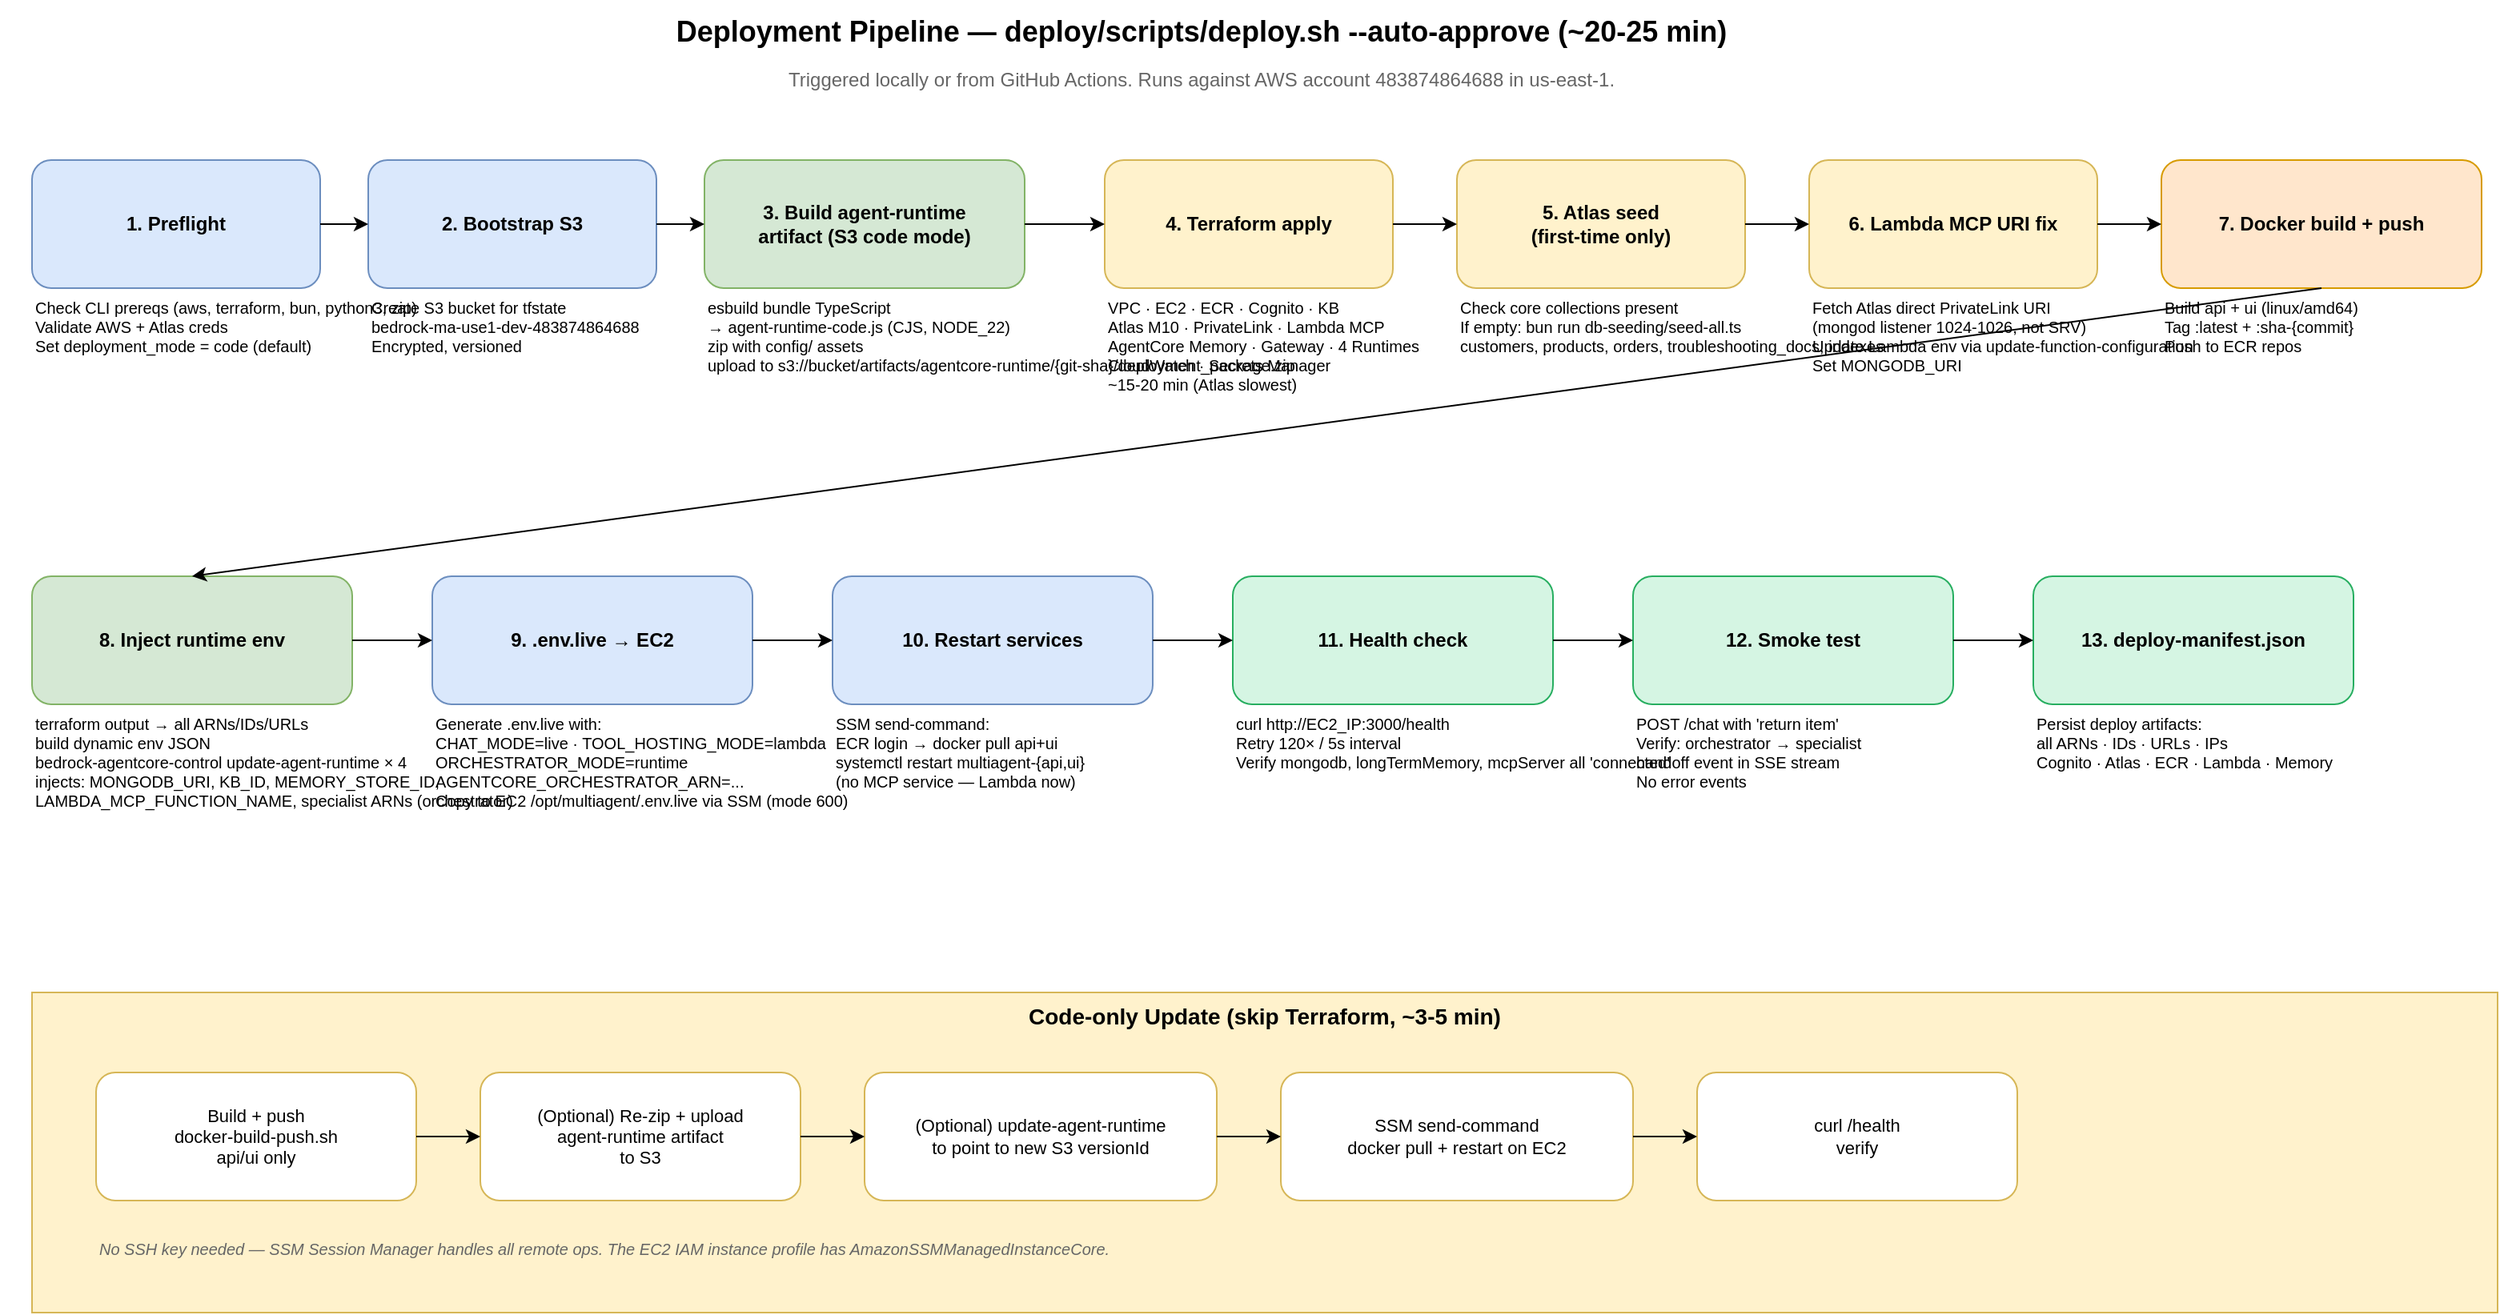
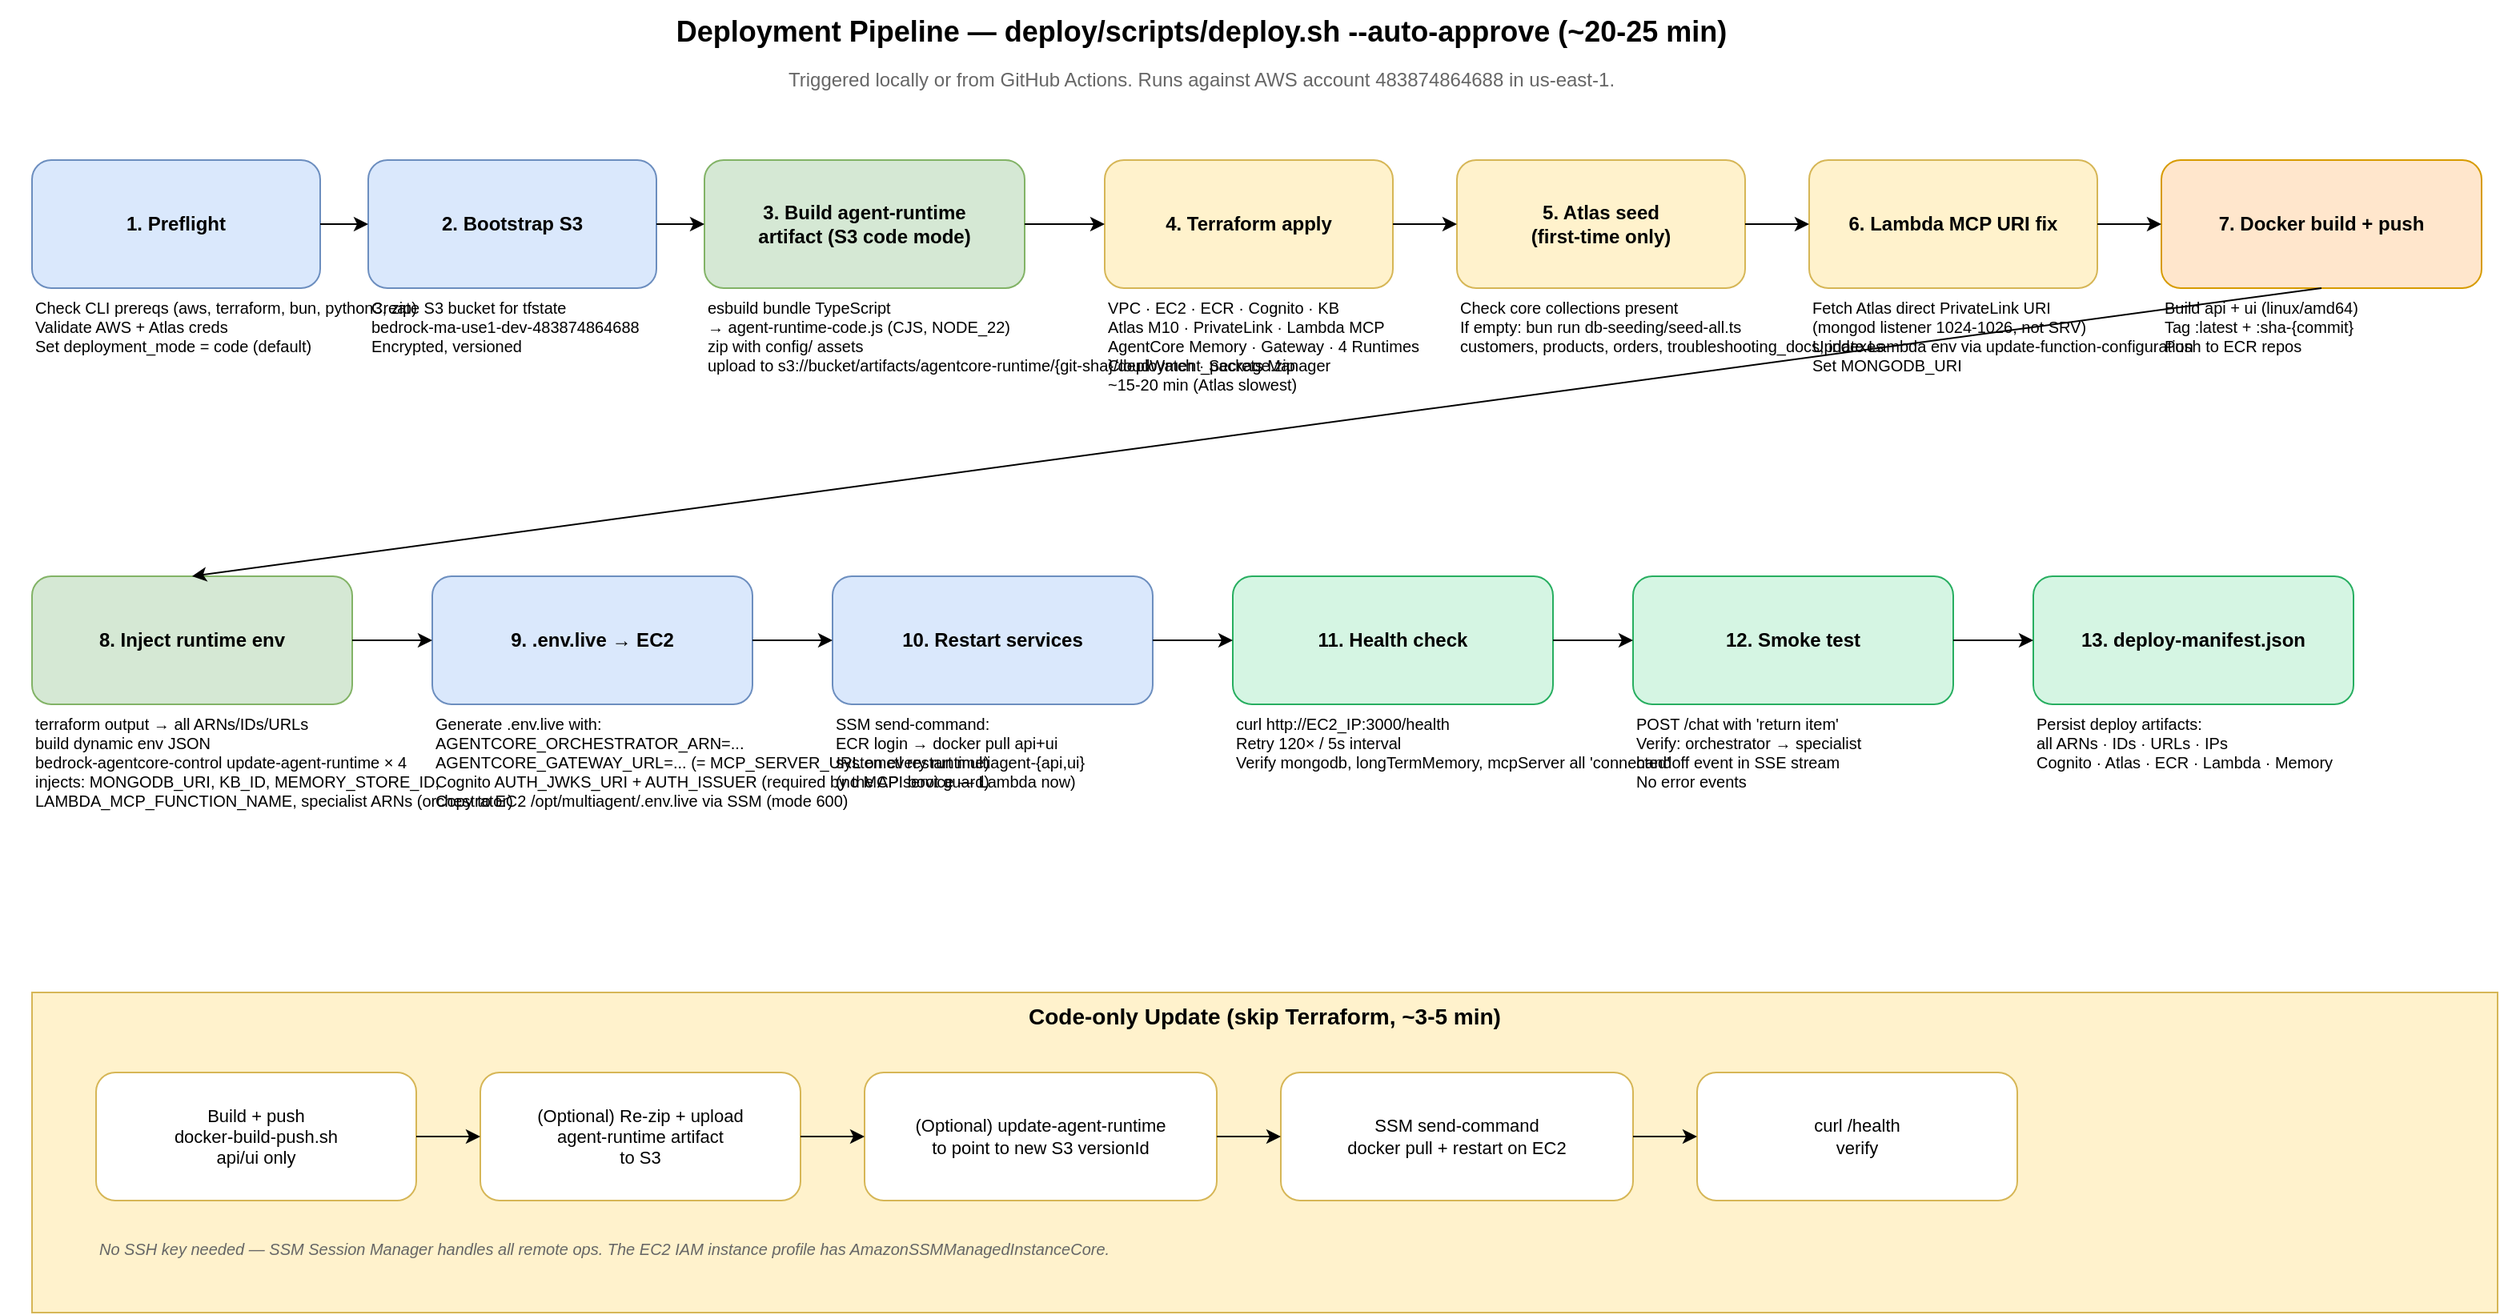
<mxfile host="app.diagrams.net" agent="Claude Code" version="24.0.0">
  <diagram id="deploy-pipeline" name="Deployment Pipeline">
    <mxGraphModel dx="1600" dy="1000" grid="1" gridSize="10" page="1" pageScale="1" pageWidth="1654" pageHeight="900" math="0" shadow="0">
      <root>
        <mxCell id="0" />
        <mxCell id="1" parent="0" />

        <mxCell id="title" value="Deployment Pipeline — deploy/scripts/deploy.sh --auto-approve  (~20-25 min)" style="text;html=1;align=center;verticalAlign=middle;fontSize=18;fontStyle=1;" vertex="1" parent="1">
          <mxGeometry x="40" y="20" width="1500" height="40" as="geometry" />
        </mxCell>

        <mxCell id="subtitle" value="Triggered locally or from GitHub Actions. Runs against AWS account 483874864688 in us-east-1." style="text;html=1;align=center;verticalAlign=middle;fontSize=12;fontColor=#666666;" vertex="1" parent="1">
          <mxGeometry x="40" y="60" width="1500" height="20" as="geometry" />
        </mxCell>

        <!-- Phase 1: Preflight -->
        <mxCell id="p1" value="1. Preflight" style="rounded=1;whiteSpace=wrap;html=1;fillColor=#dae8fc;strokeColor=#6c8ebf;fontSize=12;fontStyle=1;" vertex="1" parent="1">
          <mxGeometry x="60" y="120" width="180" height="80" as="geometry" />
        </mxCell>
        <mxCell id="p1d" value="Check CLI prereqs (aws, terraform, bun, python3, zip)&#xa;Validate AWS + Atlas creds&#xa;Set deployment_mode = code (default)" style="text;html=1;align=left;verticalAlign=top;fontSize=10;" vertex="1" parent="1">
          <mxGeometry x="60" y="200" width="180" height="80" as="geometry" />
        </mxCell>

        <!-- Phase 2: Bootstrap -->
        <mxCell id="p2" value="2. Bootstrap S3" style="rounded=1;whiteSpace=wrap;html=1;fillColor=#dae8fc;strokeColor=#6c8ebf;fontSize=12;fontStyle=1;" vertex="1" parent="1">
          <mxGeometry x="270" y="120" width="180" height="80" as="geometry" />
        </mxCell>
        <mxCell id="p2d" value="Create S3 bucket for tfstate&#xa;bedrock-ma-use1-dev-483874864688&#xa;Encrypted, versioned" style="text;html=1;align=left;verticalAlign=top;fontSize=10;" vertex="1" parent="1">
          <mxGeometry x="270" y="200" width="180" height="80" as="geometry" />
        </mxCell>

        <!-- Phase 3: Build artifact -->
        <mxCell id="p3" value="3. Build agent-runtime&#xa;artifact (S3 code mode)" style="rounded=1;whiteSpace=wrap;html=1;fillColor=#d5e8d4;strokeColor=#82b366;fontSize=12;fontStyle=1;" vertex="1" parent="1">
          <mxGeometry x="480" y="120" width="200" height="80" as="geometry" />
        </mxCell>
        <mxCell id="p3d" value="esbuild bundle TypeScript&#xa;→ agent-runtime-code.js (CJS, NODE_22)&#xa;zip with config/ assets&#xa;upload to s3://bucket/artifacts/agentcore-runtime/{git-sha}/deployment_package.zip" style="text;html=1;align=left;verticalAlign=top;fontSize=10;" vertex="1" parent="1">
          <mxGeometry x="480" y="200" width="220" height="100" as="geometry" />
        </mxCell>

        <!-- Phase 4: Terraform -->
        <mxCell id="p4" value="4. Terraform apply" style="rounded=1;whiteSpace=wrap;html=1;fillColor=#fff2cc;strokeColor=#d6b656;fontSize=12;fontStyle=1;" vertex="1" parent="1">
          <mxGeometry x="730" y="120" width="180" height="80" as="geometry" />
        </mxCell>
        <mxCell id="p4d" value="VPC · EC2 · ECR · Cognito · KB&#xa;Atlas M10 · PrivateLink · Lambda MCP&#xa;AgentCore Memory · Gateway · 4 Runtimes&#xa;CloudWatch · Secrets Manager&#xa;~15-20 min (Atlas slowest)" style="text;html=1;align=left;verticalAlign=top;fontSize=10;" vertex="1" parent="1">
          <mxGeometry x="730" y="200" width="200" height="100" as="geometry" />
        </mxCell>

        <!-- Phase 5: Seed -->
        <mxCell id="p5" value="5. Atlas seed&#xa;(first-time only)" style="rounded=1;whiteSpace=wrap;html=1;fillColor=#fff2cc;strokeColor=#d6b656;fontSize=12;fontStyle=1;" vertex="1" parent="1">
          <mxGeometry x="950" y="120" width="180" height="80" as="geometry" />
        </mxCell>
        <mxCell id="p5d" value="Check core collections present&#xa;If empty: bun run db-seeding/seed-all.ts&#xa;customers, products, orders, troubleshooting_docs, indexes" style="text;html=1;align=left;verticalAlign=top;fontSize=10;" vertex="1" parent="1">
          <mxGeometry x="950" y="200" width="200" height="100" as="geometry" />
        </mxCell>

        <!-- Phase 6: Lambda URI -->
        <mxCell id="p6" value="6. Lambda MCP URI fix" style="rounded=1;whiteSpace=wrap;html=1;fillColor=#fff2cc;strokeColor=#d6b656;fontSize=12;fontStyle=1;" vertex="1" parent="1">
          <mxGeometry x="1170" y="120" width="180" height="80" as="geometry" />
        </mxCell>
        <mxCell id="p6d" value="Fetch Atlas direct PrivateLink URI&#xa;(mongod listener 1024-1026, not SRV)&#xa;Update Lambda env via update-function-configuration&#xa;Set MONGODB_URI" style="text;html=1;align=left;verticalAlign=top;fontSize=10;" vertex="1" parent="1">
          <mxGeometry x="1170" y="200" width="200" height="100" as="geometry" />
        </mxCell>

        <!-- Phase 7: Docker -->
        <mxCell id="p7" value="7. Docker build + push" style="rounded=1;whiteSpace=wrap;html=1;fillColor=#ffe6cc;strokeColor=#d79b00;fontSize=12;fontStyle=1;" vertex="1" parent="1">
          <mxGeometry x="1390" y="120" width="200" height="80" as="geometry" />
        </mxCell>
        <mxCell id="p7d" value="Build api + ui (linux/amd64)&#xa;Tag :latest + :sha-{commit}&#xa;Push to ECR repos" style="text;html=1;align=left;verticalAlign=top;fontSize=10;" vertex="1" parent="1">
          <mxGeometry x="1390" y="200" width="200" height="100" as="geometry" />
        </mxCell>

        <!-- Phase 8: Inject env -->
        <mxCell id="p8" value="8. Inject runtime env" style="rounded=1;whiteSpace=wrap;html=1;fillColor=#d5e8d4;strokeColor=#82b366;fontSize=12;fontStyle=1;" vertex="1" parent="1">
          <mxGeometry x="60" y="380" width="200" height="80" as="geometry" />
        </mxCell>
        <mxCell id="p8d" value="terraform output → all ARNs/IDs/URLs&#xa;build dynamic env JSON&#xa;bedrock-agentcore-control update-agent-runtime × 4&#xa;injects: MONGODB_URI, KB_ID, MEMORY_STORE_ID,&#xa;LAMBDA_MCP_FUNCTION_NAME, specialist ARNs (orchestrator)" style="text;html=1;align=left;verticalAlign=top;fontSize=10;" vertex="1" parent="1">
          <mxGeometry x="60" y="460" width="220" height="120" as="geometry" />
        </mxCell>

        <!-- Phase 9: Write .env.live -->
        <mxCell id="p9" value="9. .env.live → EC2" style="rounded=1;whiteSpace=wrap;html=1;fillColor=#dae8fc;strokeColor=#6c8ebf;fontSize=12;fontStyle=1;" vertex="1" parent="1">
          <mxGeometry x="310" y="380" width="200" height="80" as="geometry" />
        </mxCell>
-         <mxCell id="p9d" value="Generate .env.live with:&#xa;CHAT_MODE=live · TOOL_HOSTING_MODE=lambda&#xa;ORCHESTRATOR_MODE=runtime&#xa;AGENTCORE_ORCHESTRATOR_ARN=...&#xa;Copy to EC2 /opt/multiagent/.env.live via SSM (mode 600)" style="text;html=1;align=left;verticalAlign=top;fontSize=10;" vertex="1" parent="1">
+         <mxCell id="p9d" value="Generate .env.live with:&#xa;AGENTCORE_ORCHESTRATOR_ARN=...&#xa;AGENTCORE_GATEWAY_URL=... (= MCP_SERVER_URL on every runtime)&#xa;Cognito AUTH_JWKS_URI + AUTH_ISSUER (required by the API boot guard)&#xa;Copy to EC2 /opt/multiagent/.env.live via SSM (mode 600)" style="text;html=1;align=left;verticalAlign=top;fontSize=10;" vertex="1" parent="1">
          <mxGeometry x="310" y="460" width="220" height="120" as="geometry" />
        </mxCell>

        <!-- Phase 10: Restart EC2 -->
        <mxCell id="p10" value="10. Restart services" style="rounded=1;whiteSpace=wrap;html=1;fillColor=#dae8fc;strokeColor=#6c8ebf;fontSize=12;fontStyle=1;" vertex="1" parent="1">
          <mxGeometry x="560" y="380" width="200" height="80" as="geometry" />
        </mxCell>
        <mxCell id="p10d" value="SSM send-command:&#xa;ECR login → docker pull api+ui&#xa;systemctl restart multiagent-{api,ui}&#xa;(no MCP service — Lambda now)" style="text;html=1;align=left;verticalAlign=top;fontSize=10;" vertex="1" parent="1">
          <mxGeometry x="560" y="460" width="220" height="120" as="geometry" />
        </mxCell>

        <!-- Phase 11: Health check -->
        <mxCell id="p11" value="11. Health check" style="rounded=1;whiteSpace=wrap;html=1;fillColor=#d5f5e3;strokeColor=#27ae60;fontSize=12;fontStyle=1;" vertex="1" parent="1">
          <mxGeometry x="810" y="380" width="200" height="80" as="geometry" />
        </mxCell>
        <mxCell id="p11d" value="curl http://EC2_IP:3000/health&#xa;Retry 120× / 5s interval&#xa;Verify mongodb, longTermMemory, mcpServer all 'connected'" style="text;html=1;align=left;verticalAlign=top;fontSize=10;" vertex="1" parent="1">
          <mxGeometry x="810" y="460" width="220" height="120" as="geometry" />
        </mxCell>

        <!-- Phase 12: Smoke test -->
        <mxCell id="p12" value="12. Smoke test" style="rounded=1;whiteSpace=wrap;html=1;fillColor=#d5f5e3;strokeColor=#27ae60;fontSize=12;fontStyle=1;" vertex="1" parent="1">
          <mxGeometry x="1060" y="380" width="200" height="80" as="geometry" />
        </mxCell>
        <mxCell id="p12d" value="POST /chat with 'return item'&#xa;Verify: orchestrator → specialist&#xa;handoff event in SSE stream&#xa;No error events" style="text;html=1;align=left;verticalAlign=top;fontSize=10;" vertex="1" parent="1">
          <mxGeometry x="1060" y="460" width="220" height="120" as="geometry" />
        </mxCell>

        <!-- Phase 13: Manifest -->
        <mxCell id="p13" value="13. deploy-manifest.json" style="rounded=1;whiteSpace=wrap;html=1;fillColor=#d5f5e3;strokeColor=#27ae60;fontSize=12;fontStyle=1;" vertex="1" parent="1">
          <mxGeometry x="1310" y="380" width="200" height="80" as="geometry" />
        </mxCell>
        <mxCell id="p13d" value="Persist deploy artifacts:&#xa;all ARNs · IDs · URLs · IPs&#xa;Cognito · Atlas · ECR · Lambda · Memory" style="text;html=1;align=left;verticalAlign=top;fontSize=10;" vertex="1" parent="1">
          <mxGeometry x="1310" y="460" width="220" height="100" as="geometry" />
        </mxCell>

        <!-- Quick update path -->
        <mxCell id="qu-box" value="Code-only Update (skip Terraform, ~3-5 min)" style="rounded=0;whiteSpace=wrap;html=1;fillColor=#fff2cc;strokeColor=#d6b656;fontSize=14;fontStyle=1;verticalAlign=top;" vertex="1" parent="1">
          <mxGeometry x="60" y="640" width="1540" height="200" as="geometry" />
        </mxCell>

        <mxCell id="qu1" value="Build + push&#xa;docker-build-push.sh&#xa;api/ui only" style="rounded=1;whiteSpace=wrap;html=1;fillColor=#ffffff;strokeColor=#d6b656;fontSize=11;" vertex="1" parent="1">
          <mxGeometry x="100" y="690" width="200" height="80" as="geometry" />
        </mxCell>

        <mxCell id="qu2" value="(Optional) Re-zip + upload&#xa;agent-runtime artifact&#xa;to S3" style="rounded=1;whiteSpace=wrap;html=1;fillColor=#ffffff;strokeColor=#d6b656;fontSize=11;" vertex="1" parent="1">
          <mxGeometry x="340" y="690" width="200" height="80" as="geometry" />
        </mxCell>

        <mxCell id="qu3" value="(Optional) update-agent-runtime&#xa;to point to new S3 versionId" style="rounded=1;whiteSpace=wrap;html=1;fillColor=#ffffff;strokeColor=#d6b656;fontSize=11;" vertex="1" parent="1">
          <mxGeometry x="580" y="690" width="220" height="80" as="geometry" />
        </mxCell>

        <mxCell id="qu4" value="SSM send-command&#xa;docker pull + restart on EC2" style="rounded=1;whiteSpace=wrap;html=1;fillColor=#ffffff;strokeColor=#d6b656;fontSize=11;" vertex="1" parent="1">
          <mxGeometry x="840" y="690" width="220" height="80" as="geometry" />
        </mxCell>

        <mxCell id="qu5" value="curl /health&#xa;verify" style="rounded=1;whiteSpace=wrap;html=1;fillColor=#ffffff;strokeColor=#d6b656;fontSize=11;" vertex="1" parent="1">
          <mxGeometry x="1100" y="690" width="200" height="80" as="geometry" />
        </mxCell>

        <mxCell id="qu-note" value="No SSH key needed — SSM Session Manager handles all remote ops. The EC2 IAM instance profile has AmazonSSMManagedInstanceCore." style="text;html=1;align=left;verticalAlign=middle;fontSize=10;fontStyle=2;fontColor=#666666;" vertex="1" parent="1">
          <mxGeometry x="100" y="790" width="1480" height="20" as="geometry" />
        </mxCell>

        <!-- Connectors -->
        <mxCell id="cp1" style="endArrow=classic;html=1;" edge="1" parent="1" source="p1" target="p2">
          <mxGeometry relative="1" as="geometry" />
        </mxCell>
        <mxCell id="cp2" style="endArrow=classic;html=1;" edge="1" parent="1" source="p2" target="p3">
          <mxGeometry relative="1" as="geometry" />
        </mxCell>
        <mxCell id="cp3" style="endArrow=classic;html=1;" edge="1" parent="1" source="p3" target="p4">
          <mxGeometry relative="1" as="geometry" />
        </mxCell>
        <mxCell id="cp4" style="endArrow=classic;html=1;" edge="1" parent="1" source="p4" target="p5">
          <mxGeometry relative="1" as="geometry" />
        </mxCell>
        <mxCell id="cp5" style="endArrow=classic;html=1;" edge="1" parent="1" source="p5" target="p6">
          <mxGeometry relative="1" as="geometry" />
        </mxCell>
        <mxCell id="cp6" style="endArrow=classic;html=1;" edge="1" parent="1" source="p6" target="p7">
          <mxGeometry relative="1" as="geometry" />
        </mxCell>
        <mxCell id="cp7" style="endArrow=classic;html=1;exitX=0.5;exitY=1;entryX=0.5;entryY=0;" edge="1" parent="1" source="p7" target="p8">
          <mxGeometry relative="1" as="geometry" />
        </mxCell>
        <mxCell id="cp8" style="endArrow=classic;html=1;" edge="1" parent="1" source="p8" target="p9">
          <mxGeometry relative="1" as="geometry" />
        </mxCell>
        <mxCell id="cp9" style="endArrow=classic;html=1;" edge="1" parent="1" source="p9" target="p10">
          <mxGeometry relative="1" as="geometry" />
        </mxCell>
        <mxCell id="cp10" style="endArrow=classic;html=1;" edge="1" parent="1" source="p10" target="p11">
          <mxGeometry relative="1" as="geometry" />
        </mxCell>
        <mxCell id="cp11" style="endArrow=classic;html=1;" edge="1" parent="1" source="p11" target="p12">
          <mxGeometry relative="1" as="geometry" />
        </mxCell>
        <mxCell id="cp12" style="endArrow=classic;html=1;" edge="1" parent="1" source="p12" target="p13">
          <mxGeometry relative="1" as="geometry" />
        </mxCell>

        <mxCell id="cu1" style="endArrow=classic;html=1;" edge="1" parent="1" source="qu1" target="qu2">
          <mxGeometry relative="1" as="geometry" />
        </mxCell>
        <mxCell id="cu2" style="endArrow=classic;html=1;" edge="1" parent="1" source="qu2" target="qu3">
          <mxGeometry relative="1" as="geometry" />
        </mxCell>
        <mxCell id="cu3" style="endArrow=classic;html=1;" edge="1" parent="1" source="qu3" target="qu4">
          <mxGeometry relative="1" as="geometry" />
        </mxCell>
        <mxCell id="cu4" style="endArrow=classic;html=1;" edge="1" parent="1" source="qu4" target="qu5">
          <mxGeometry relative="1" as="geometry" />
        </mxCell>
      </root>
    </mxGraphModel>
  </diagram>
</mxfile>
